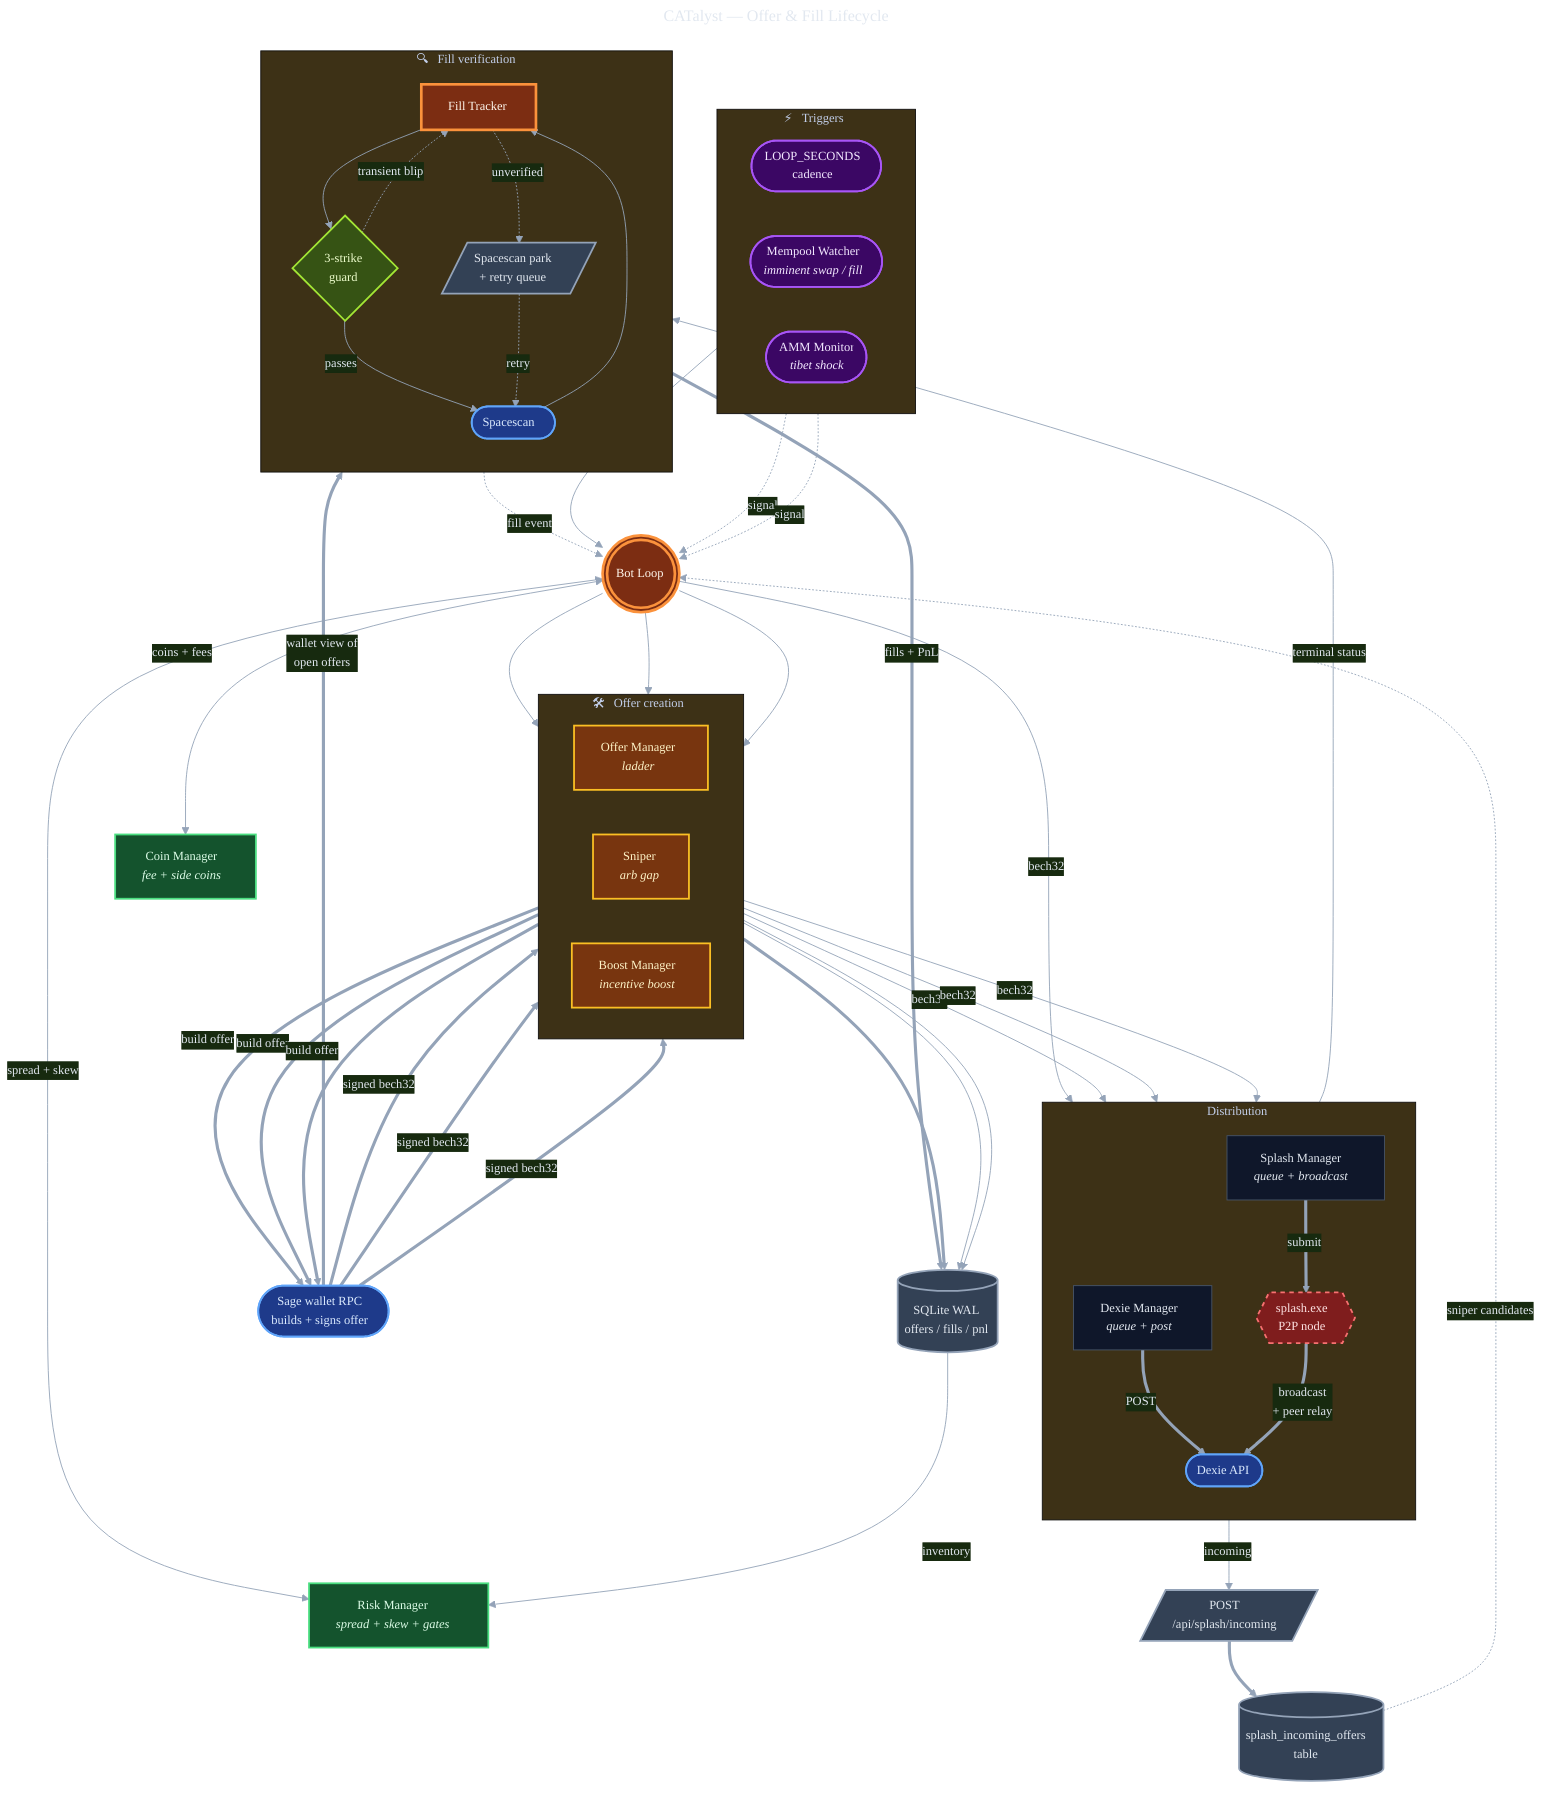
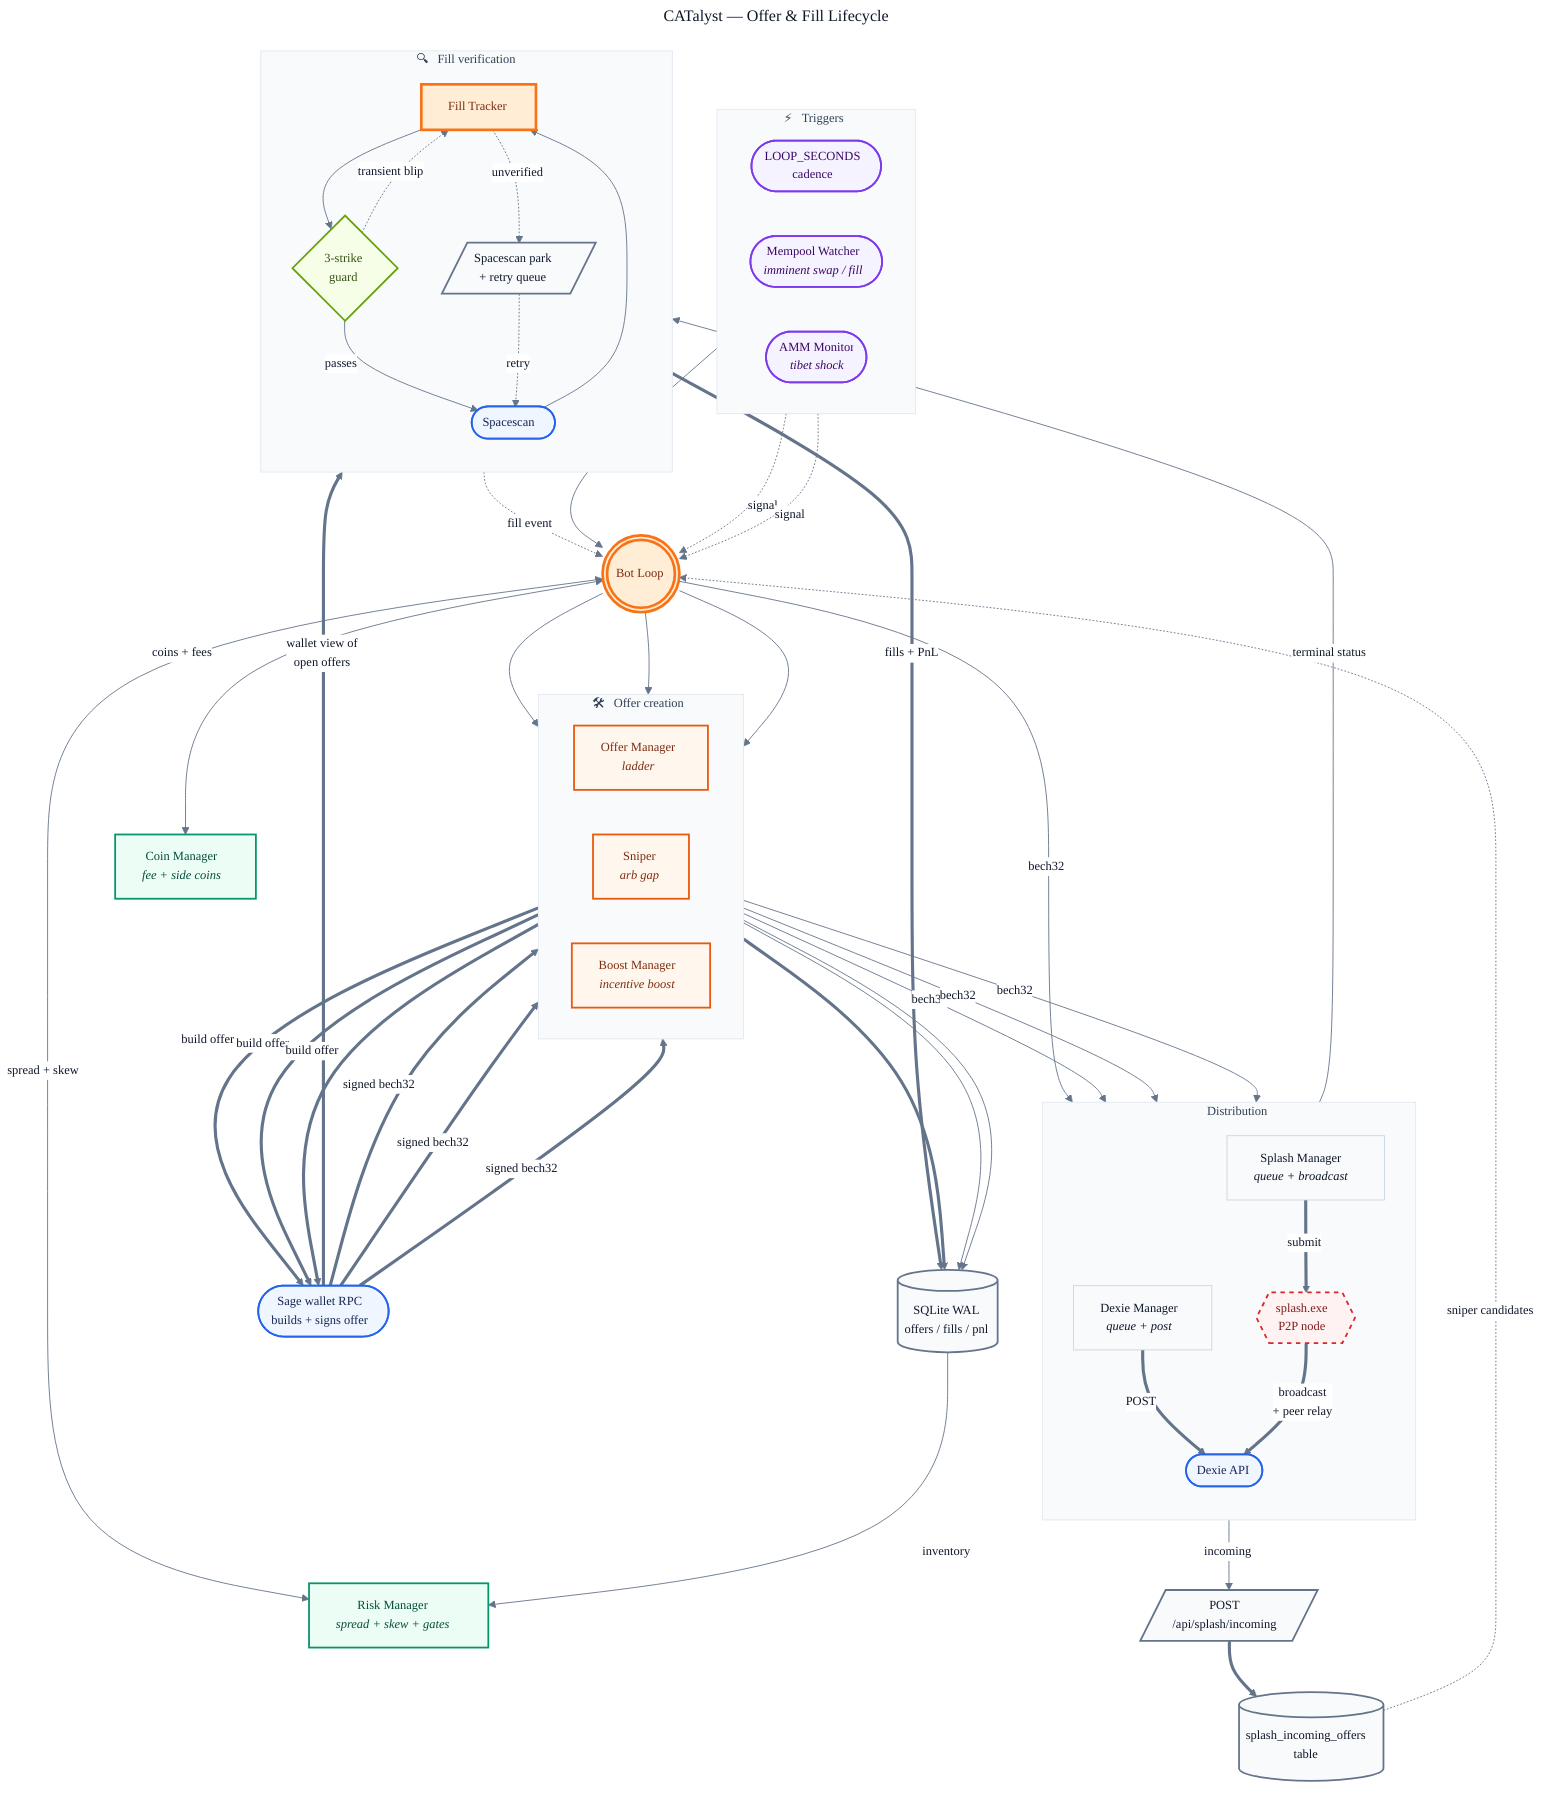
---
title: CATalyst — Offer & Fill Lifecycle
config:
  theme: base
  themeVariables:
    fontFamily: "Inter, system-ui, -apple-system, sans-serif"
    fontSize: 14px
-     primaryColor: "#0f172a"
-     primaryTextColor: "#e2e8f0"
-     primaryBorderColor: "#475569"
-     lineColor: "#94a3b8"
+     background: "#ffffff"
+     mainBkg: "#f8fafc"
+     primaryColor: "#f8fafc"
+     primaryTextColor: "#0f172a"
+     primaryBorderColor: "#cbd5e1"
+     lineColor: "#64748b"
+     secondaryColor: "#ffffff"
+     tertiaryColor: "#f1f5f9"
+     clusterBkg: "#f8fafc"
+     clusterBorder: "#e2e8f0"
+     titleColor: "#334155"
+     edgeLabelBackground: "#ffffff"
---
flowchart TB

  %% =========================================================
  %%  TRIGGERS — what wakes the bot loop
  %% =========================================================
  subgraph TRIG["⚡ &nbsp; Triggers"]
    direction LR
    TICK([LOOP_SECONDS<br/>cadence])
    MEMP([Mempool Watcher<br/><i>imminent swap / fill</i>])
    SHOCK([AMM Monitor<br/><i>tibet shock</i>])
  end

  %% =========================================================
  %%  DECISION — bot loop + intelligence advice
  %% =========================================================
  BL(((Bot Loop)))
  RM[Risk Manager<br/><i>spread + skew + gates</i>]
  CM[Coin Manager<br/><i>fee + side coins</i>]

  %% =========================================================
  %%  CREATION — ladder + sniper + boost share build path
  %% =========================================================
  subgraph CREATE["🛠️ &nbsp; Offer creation"]
    direction LR
    OM[Offer Manager<br/><i>ladder</i>]
    SN[Sniper<br/><i>arb gap</i>]
    BM[Boost Manager<br/><i>incentive boost</i>]
  end

  W([Sage wallet RPC<br/>builds + signs offer])

  %% =========================================================
  %%  DISTRIBUTION — Dexie + Splash in parallel
  %% =========================================================
  subgraph DIST["📡 &nbsp; Distribution"]
    direction TB
    DM[Dexie Manager<br/><i>queue + post</i>]
    SM[Splash Manager<br/><i>queue + broadcast</i>]
    DX([Dexie API])
    SP{{splash.exe<br/>P2P node}}
  end

  %% =========================================================
  %%  INBOUND PEER OFFERS — Splash webhook
  %% =========================================================
  WH[/"POST<br/>/api/splash/incoming"/]
  SI[(splash_incoming_offers<br/>table)]

  %% =========================================================
  %%  VERIFICATION — fill detection + 3-strike + park/retry
  %% =========================================================
  subgraph VER["🔍 &nbsp; Fill verification"]
    direction TB
    FT[Fill Tracker]
    P3{"3-strike<br/>guard"}
    PARK[/Spacescan park<br/>+ retry queue/]
    SC([Spacescan])
  end

  %% =========================================================
  %%  STATE
  %% =========================================================
  DB[("SQLite WAL<br/>offers / fills / pnl")]

  %% ---------- Triggers fan in ----------
  TICK  --> BL
  MEMP  -. signal .-> BL
  SHOCK -. signal .-> BL

  %% ---------- Bot loop consults intelligence ----------
  BL <-->|spread + skew| RM
  BL <-->|coins + fees| CM
  DB -->|inventory| RM

  %% ---------- Bot loop fans out to creators ----------
  BL --> OM
  BL --> SN
  BL --> BM

  %% ---------- All creators share the wallet build path ----------
  OM ==>|build offer| W
  SN ==>|build offer| W
  BM ==>|build offer| W
  W  ==>|signed bech32| OM
  W  ==>|signed bech32| SN
  W  ==>|signed bech32| BM

  %% ---------- Offer state persists ----------
  OM ==> DB
  SN --> DB
  BM --> DB

  %% ---------- Distribute to Dexie + Splash ----------
  OM -->|bech32| DM
  SN -->|bech32| DM
  BM -->|bech32| DM
  BL -->|bech32| SM

  DM ==>|POST| DX
  SM ==>|submit| SP
  SP ==>|broadcast<br/>+ peer relay| DX

  %% ---------- Inbound from Splash peers ----------
  SP -->|incoming| WH
  WH ==> SI
  SI -.->|sniper candidates| BL

  %% ---------- Verification fallback chain: Sage → Dexie → Spacescan ----------
  W   ==>|wallet view of<br/>open offers| FT
  DX  -->|terminal status| FT
  FT  --> P3
  P3  -->|passes| SC
  SC  --> FT
  P3  -.->|transient blip| FT

  %% ---------- Park / retry loop for unverified fills ----------
  FT  -. unverified .-> PARK
  PARK -. retry .-> SC

  %% ---------- Verified fills land in DB and wake the loop ----------
  FT  ==>|fills + PnL| DB
  FT  -.->|fill event| BL

  %% =========================================================
  %%  STYLING
  %% =========================================================
-   classDef trigger  fill:#3b0764,stroke:#a855f7,color:#f3e8ff,stroke-width:2px
-   classDef intel    fill:#14532d,stroke:#4ade80,color:#dcfce7,stroke-width:2px
-   classDef creator  fill:#78350f,stroke:#fbbf24,color:#fef3c7,stroke-width:2px
-   classDef wallet   fill:#1e3a8a,stroke:#60a5fa,color:#dbeafe,stroke-width:3px
-   classDef external fill:#1e3a8a,stroke:#60a5fa,color:#dbeafe,stroke-width:2px
-   classDef subproc  fill:#7f1d1d,stroke:#f87171,color:#fee2e2,stroke-width:2px,stroke-dasharray:5 5
-   classDef state    fill:#334155,stroke:#94a3b8,color:#e2e8f0,stroke-width:2px
-   classDef core     fill:#7c2d12,stroke:#fb923c,color:#fff7ed,stroke-width:3px
-   classDef decision fill:#365314,stroke:#a3e635,color:#ecfccb,stroke-width:2px
+   classDef trigger  fill:#f5f3ff,stroke:#7c3aed,color:#3b0764,stroke-width:2px
+   classDef intel    fill:#ecfdf5,stroke:#059669,color:#064e3b,stroke-width:2px
+   classDef creator  fill:#fff7ed,stroke:#ea580c,color:#7c2d12,stroke-width:2px
+   classDef wallet   fill:#eff6ff,stroke:#2563eb,color:#172554,stroke-width:3px
+   classDef external fill:#eff6ff,stroke:#2563eb,color:#172554,stroke-width:2px
+   classDef subproc  fill:#fef2f2,stroke:#dc2626,color:#7f1d1d,stroke-width:2px,stroke-dasharray:5 5
+   classDef state    fill:#f8fafc,stroke:#64748b,color:#0f172a,stroke-width:2px
+   classDef core     fill:#ffedd5,stroke:#f97316,color:#7c2d12,stroke-width:3px
+   classDef decision fill:#f7fee7,stroke:#65a30d,color:#365314,stroke-width:2px

  class TICK,MEMP,SHOCK trigger
  class RM,CM intel
  class OM,SN,BM creator
  class W,DX,SC external
  class SP subproc
  class WH,PARK state
  class SI,DB state
  class BL,FT core
  class P3 decision
